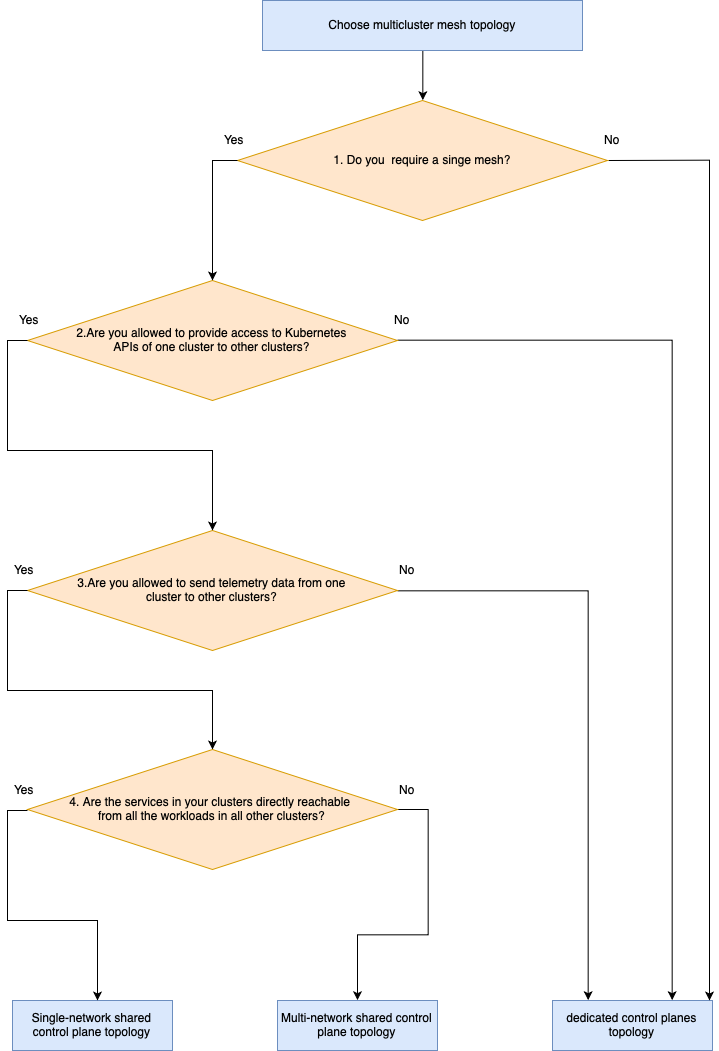
This is content/docs/concepts/multicluster-deployments/multicluster-mesh-topology.png from istio/istio.io, a draw.io export, as it was before one commit. Source tidied: cells renumbered, new cells last; positions are measured from the earlier drawing's top-left corner, leaving out a move shared by most shapes.
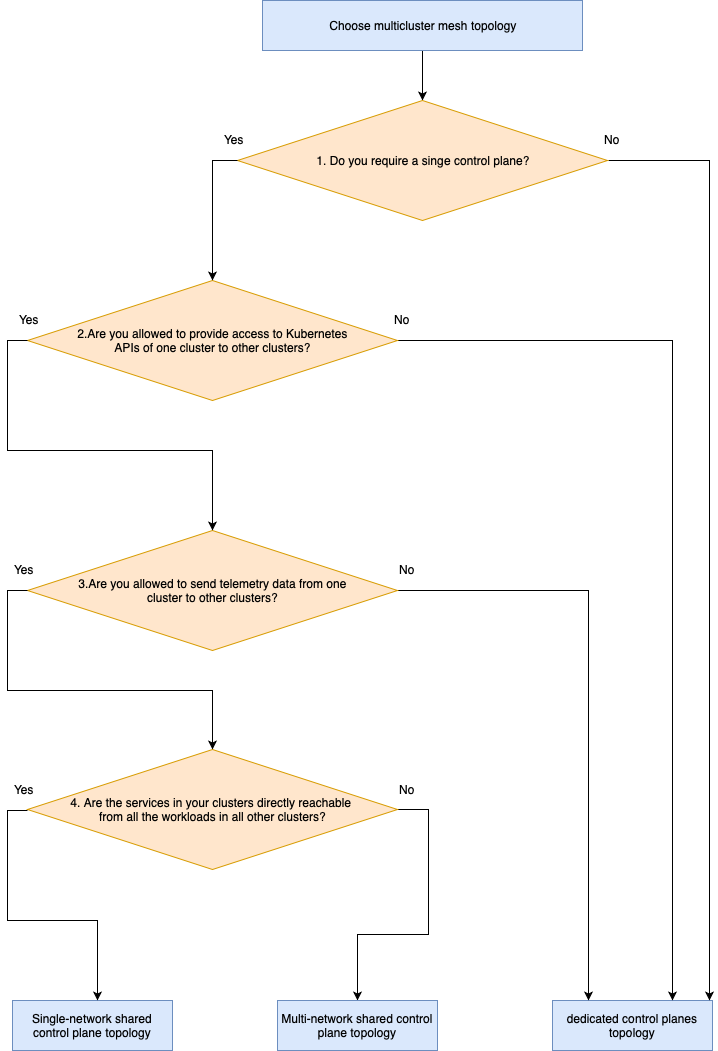
Later version of the same file.

Commit message:
fix the decision tree for multicluster mesh topology

single mesh -> single control plane

The edit, as a diff of the source:
```diff
@@ -47,7 +47,7 @@
         <mxPoint x="702" y="1000" as="targetPoint" />
       </mxGeometry>
     </mxCell>
-    <mxCell id="12" value="1. Do you &amp;nbsp;require a singe mesh?" style="rhombus;whiteSpace=wrap;html=1;fillColor=#ffe6cc;strokeColor=#d79b00;" parent="1" vertex="1">
+    <mxCell id="12" value="1. Do you require a singe control plane?" style="rhombus;whiteSpace=wrap;html=1;fillColor=#ffe6cc;strokeColor=#d79b00;" parent="1" vertex="1">
       <mxGeometry x="230" y="100" width="370" height="120" as="geometry" />
     </mxCell>
     <mxCell id="13" style="endArrow=classic;html=1;entryX=0.5;entryY=0;entryDx=0;entryDy=0;rounded=0;exitX=0;exitY=0.5;exitDx=0;exitDy=0;" parent="1" edge="1" source="12" target="6">
```
